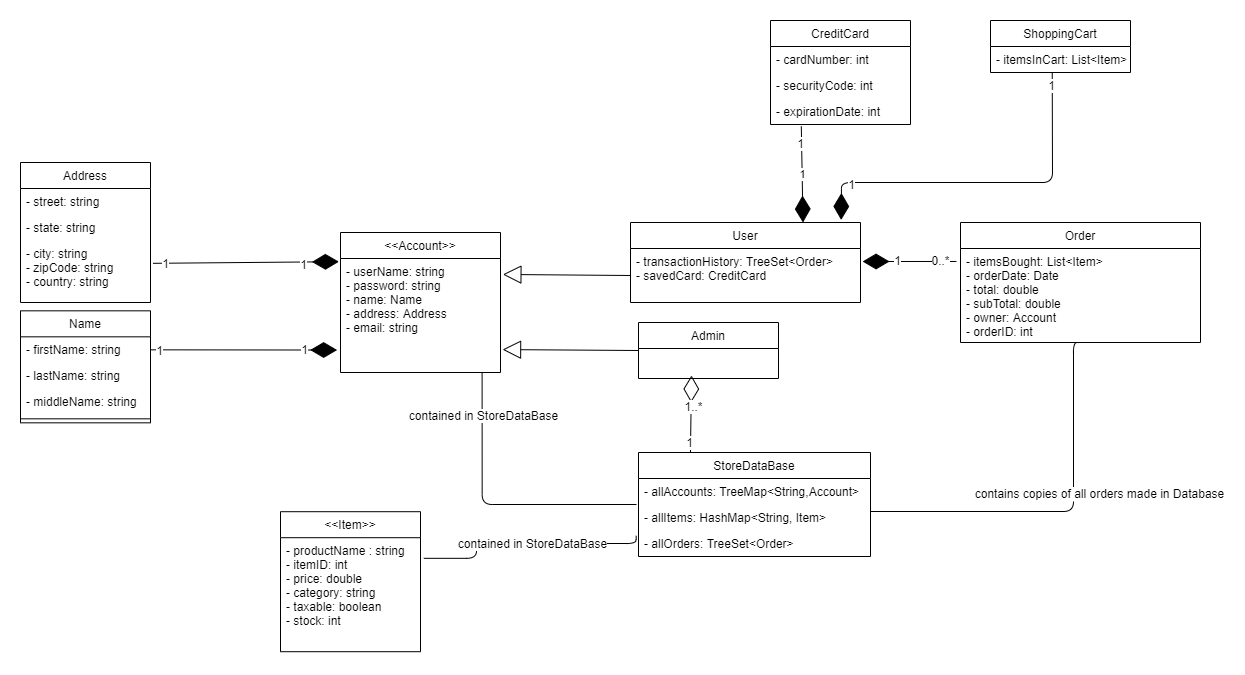
Above: ProjectUMLClassDiagram.png in BahadirKiziltepe/cse248-shopping-cart (draw.io), before the change. Source tidied: cells renumbered, new cells last; positions are measured from the earlier drawing's top-left corner, leaving out a move shared by most shapes.
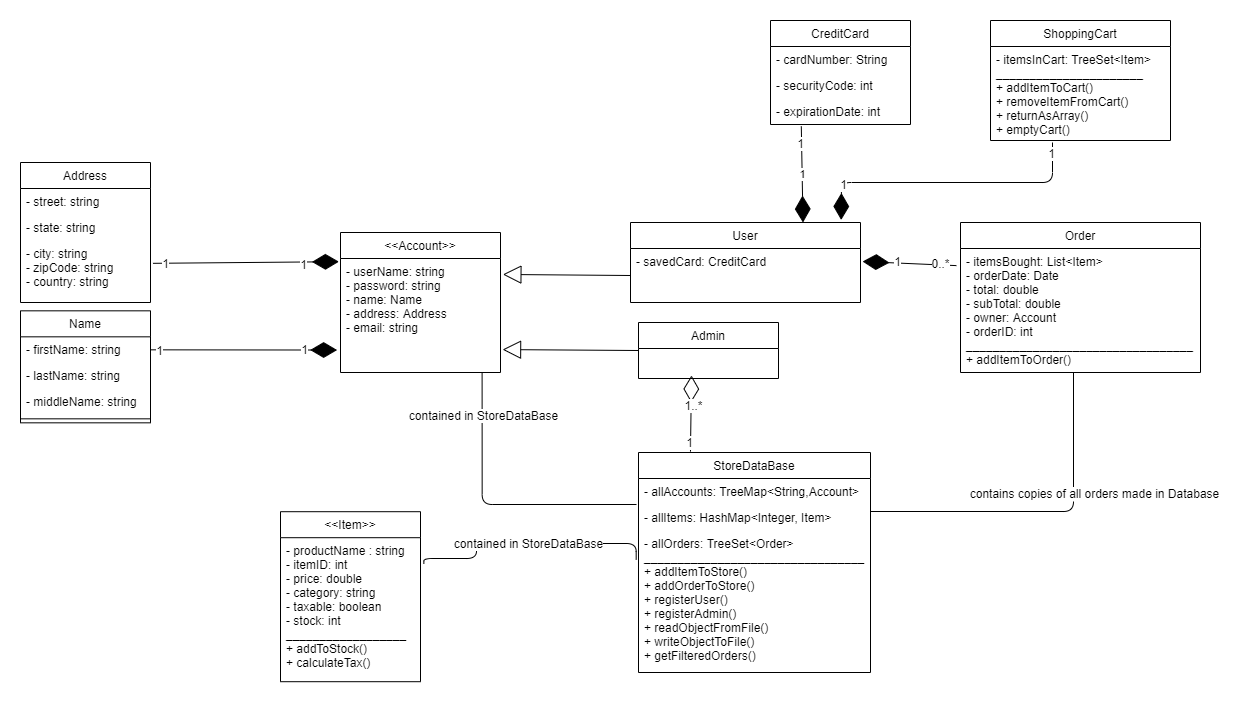
Above is the later version.

Commit message:
updated class diagram

The edit, as a diff of the source:
```diff
@@ -32,7 +32,7 @@
     <mxCell id="11" value="CreditCard" style="swimlane;fontStyle=0;horizontal=1;startSize=26;fillColor=none;" parent="1" vertex="1">
       <mxGeometry x="750" width="140" height="104" as="geometry" />
     </mxCell>
-    <mxCell id="12" value="- cardNumber: int" style="text;strokeColor=none;fillColor=none;align=left;verticalAlign=top;spacingLeft=4;spacingRight=4;overflow=hidden;" parent="11" vertex="1">
+    <mxCell id="12" value="- cardNumber: String" style="text;strokeColor=none;fillColor=none;align=left;verticalAlign=top;spacingLeft=4;spacingRight=4;overflow=hidden;" parent="11" vertex="1">
       <mxGeometry y="26" width="140" height="26" as="geometry" />
     </mxCell>
     <mxCell id="13" value="- securityCode: int" style="text;strokeColor=none;fillColor=none;align=left;verticalAlign=top;spacingLeft=4;spacingRight=4;overflow=hidden;" parent="11" vertex="1">
@@ -42,10 +42,10 @@
       <mxGeometry y="78" width="140" height="26" as="geometry" />
     </mxCell>
     <mxCell id="15" value="Order" style="swimlane;fontStyle=0;horizontal=1;startSize=26;fillColor=none;" parent="1" vertex="1">
-      <mxGeometry x="940" y="202" width="240" height="120" as="geometry" />
+      <mxGeometry x="940" y="202" width="240" height="150" as="geometry" />
     </mxCell>
-    <mxCell id="16" value="- itemsBought: List&lt;Item&gt;&#10;- orderDate: Date&#10;- total: double&#10;- subTotal: double&#10;- owner: Account&#10;- orderID: int" style="text;strokeColor=none;fillColor=none;align=left;verticalAlign=top;spacingLeft=4;spacingRight=4;overflow=hidden;points=[[0,0.5],[1,0.5]];portConstraint=eastwest;" parent="15" vertex="1">
-      <mxGeometry y="26" width="240" height="94" as="geometry" />
+    <mxCell id="16" value="- itemsBought: List&lt;Item&gt;&#10;- orderDate: Date&#10;- total: double&#10;- subTotal: double&#10;- owner: Account&#10;- orderID: int&#10;__________________________________&#10;+ addItemToOrder()&#10;" style="text;strokeColor=none;fillColor=none;align=left;verticalAlign=top;spacingLeft=4;spacingRight=4;overflow=hidden;points=[[0,0.5],[1,0.5]];portConstraint=eastwest;" parent="15" vertex="1">
+      <mxGeometry y="26" width="240" height="124" as="geometry" />
     </mxCell>
     <mxCell id="17" value="&lt;&lt;Account&gt;&gt;" style="swimlane;fontStyle=0;horizontal=1;startSize=26;fillColor=none;" parent="1" vertex="1">
       <mxGeometry x="320" y="212" width="160" height="140" as="geometry" />
@@ -56,29 +56,29 @@
     <mxCell id="19" value="User" style="swimlane;fontStyle=0;horizontal=1;startSize=26;fillColor=none;" parent="1" vertex="1">
       <mxGeometry x="610" y="202" width="230" height="80" as="geometry" />
     </mxCell>
-    <mxCell id="20" value="- transactionHistory: TreeSet&lt;Order&gt;&#10;- savedCard: CreditCard&#10;" style="text;strokeColor=none;fillColor=none;align=left;verticalAlign=top;spacingLeft=4;spacingRight=4;overflow=hidden;points=[[0,0.5],[1,0.5]];portConstraint=eastwest;" parent="19" vertex="1">
+    <mxCell id="20" value="- savedCard: CreditCard&#10;" style="text;strokeColor=none;fillColor=none;align=left;verticalAlign=top;spacingLeft=4;spacingRight=4;overflow=hidden;points=[[0,0.5],[1,0.5]];portConstraint=eastwest;" parent="19" vertex="1">
       <mxGeometry y="26" width="230" height="54" as="geometry" />
     </mxCell>
     <mxCell id="21" value="Admin" style="swimlane;fontStyle=0;horizontal=1;startSize=26;fillColor=none;" parent="1" vertex="1">
       <mxGeometry x="618" y="302" width="140" height="56" as="geometry" />
     </mxCell>
     <mxCell id="22" value="&lt;&lt;Item&gt;&gt;" style="swimlane;fontStyle=0;horizontal=1;startSize=26;fillColor=none;" parent="1" vertex="1">
-      <mxGeometry x="260" y="491.2" width="140" height="140" as="geometry" />
+      <mxGeometry x="260" y="491.2" width="140" height="170" as="geometry" />
     </mxCell>
-    <mxCell id="23" value="- productName : string&#10;- itemID: int&#10;- price: double&#10;- category: string&#10;- taxable: boolean&#10;- stock: int" style="text;strokeColor=none;fillColor=none;align=left;verticalAlign=top;spacingLeft=4;spacingRight=4;overflow=hidden;points=[[0,0.5],[1,0.5]];portConstraint=eastwest;" parent="22" vertex="1">
-      <mxGeometry y="26" width="140" height="114" as="geometry" />
+    <mxCell id="23" value="- productName : string&#10;- itemID: int&#10;- price: double&#10;- category: string&#10;- taxable: boolean&#10;- stock: int&#10;__________________&#10;+ addToStock() &#10;+ calculateTax()" style="text;strokeColor=none;fillColor=none;align=left;verticalAlign=top;spacingLeft=4;spacingRight=4;overflow=hidden;points=[[0,0.5],[1,0.5]];portConstraint=eastwest;" parent="22" vertex="1">
+      <mxGeometry y="26" width="140" height="144" as="geometry" />
     </mxCell>
     <mxCell id="24" value="StoreDataBase" style="swimlane;fontStyle=0;horizontal=1;startSize=26;fillColor=none;" parent="1" vertex="1">
-      <mxGeometry x="618" y="432" width="232" height="104" as="geometry" />
+      <mxGeometry x="618" y="432" width="232" height="220" as="geometry" />
     </mxCell>
     <mxCell id="25" value="- allAccounts: TreeMap&lt;String,Account&gt;" style="text;strokeColor=none;fillColor=none;align=left;verticalAlign=top;spacingLeft=4;spacingRight=4;overflow=hidden;" parent="24" vertex="1">
       <mxGeometry y="26" width="232" height="26" as="geometry" />
     </mxCell>
-    <mxCell id="26" value="- allItems: HashMap&lt;String, Item&gt;" style="text;strokeColor=none;fillColor=none;align=left;verticalAlign=top;spacingLeft=4;spacingRight=4;overflow=hidden;" parent="24" vertex="1">
+    <mxCell id="26" value="- allItems: HashMap&lt;Integer, Item&gt;" style="text;strokeColor=none;fillColor=none;align=left;verticalAlign=top;spacingLeft=4;spacingRight=4;overflow=hidden;" parent="24" vertex="1">
       <mxGeometry y="52" width="232" height="26" as="geometry" />
     </mxCell>
-    <mxCell id="27" value="- allOrders: TreeSet&lt;Order&gt;" style="text;strokeColor=none;fillColor=none;align=left;verticalAlign=top;spacingLeft=4;spacingRight=4;overflow=hidden;points=[[0,0.5],[1,0.5]];portConstraint=eastwest;" parent="24" vertex="1">
-      <mxGeometry y="78" width="232" height="26" as="geometry" />
+    <mxCell id="27" value="- allOrders: TreeSet&lt;Order&gt;&#10;_________________________________&#10;+ addItemToStore()&#10;+ addOrderToStore()&#10;+ registerUser()&#10;+ registerAdmin()&#10;+ readObjectFromFile()&#10;+ writeObjectToFile()&#10;+ getFilteredOrders()" style="text;strokeColor=none;fillColor=none;align=left;verticalAlign=top;spacingLeft=4;spacingRight=4;overflow=hidden;points=[[0,0.5],[1,0.5]];portConstraint=eastwest;" parent="24" vertex="1">
+      <mxGeometry y="78" width="232" height="142" as="geometry" />
     </mxCell>
     <mxCell id="28" style="endArrow=block;endSize=16;endFill=0;html=1;exitX=0;exitY=0.5;exitDx=0;exitDy=0;entryX=1.015;entryY=0.14;entryDx=0;entryDy=0;entryPerimeter=0;" parent="1" edge="1" source="20" target="18">
       <mxGeometry relative="1" as="geometry" />
@@ -171,12 +171,11 @@
         <mxPoint x="72.5" y="-14.8" as="offset" />
       </mxGeometry>
     </mxCell>
-    <mxCell id="52" style="endArrow=none;html=1;edgeStyle=orthogonalEdgeStyle;entryX=0.5;entryY=1;entryDx=0;entryDy=0;" parent="1" edge="1" target="15">
+    <mxCell id="52" style="endArrow=none;html=1;edgeStyle=orthogonalEdgeStyle;" parent="1" edge="1" target="16">
       <mxGeometry relative="1" as="geometry">
         <mxPoint x="850" y="491" as="sourcePoint" />
         <Array as="points">
           <mxPoint x="1053" y="491" />
-          <mxPoint x="1053" y="322" />
         </Array>
       </mxGeometry>
     </mxCell>
@@ -194,13 +193,14 @@
       </mxGeometry>
     </mxCell>
     <mxCell id="56" value="ShoppingCart" style="swimlane;fontStyle=0;horizontal=1;startSize=26;fillColor=none;" parent="1" vertex="1">
-      <mxGeometry x="970" width="140" height="52" as="geometry" />
+      <mxGeometry x="970" width="180" height="120" as="geometry" />
     </mxCell>
-    <mxCell id="57" value="- itemsInCart: List&lt;Item&gt;" style="text;strokeColor=none;fillColor=none;align=left;verticalAlign=top;spacingLeft=4;spacingRight=4;overflow=hidden;points=[[0,0.5],[1,0.5]];portConstraint=eastwest;" parent="56" vertex="1">
-      <mxGeometry y="26" width="140" height="26" as="geometry" />
+    <mxCell id="57" value="- itemsInCart: TreeSet&lt;Item&gt;&#10;______________________&#10;+ addItemToCart()&#10;+ removeItemFromCart()&#10;+ returnAsArray()&#10;+ emptyCart()" style="text;strokeColor=none;fillColor=none;align=left;verticalAlign=top;spacingLeft=4;spacingRight=4;overflow=hidden;points=[[0,0.5],[1,0.5]];portConstraint=eastwest;" parent="56" vertex="1">
+      <mxGeometry y="26" width="180" height="94" as="geometry" />
     </mxCell>
-    <mxCell id="58" style="endArrow=diamondThin;endFill=1;endSize=24;html=1;exitX=0.441;exitY=1.021;exitDx=0;exitDy=0;exitPerimeter=0;entryX=0.916;entryY=-0.032;entryDx=0;entryDy=0;entryPerimeter=0;" parent="1" edge="1" source="57" target="19">
+    <mxCell id="58" style="endArrow=diamondThin;endFill=1;endSize=24;html=1;entryX=0.916;entryY=-0.032;entryDx=0;entryDy=0;entryPerimeter=0;" parent="1" edge="1" target="19">
       <mxGeometry relative="1" as="geometry">
+        <mxPoint x="1032" y="122" as="sourcePoint" />
         <Array as="points">
           <mxPoint x="1032" y="162" />
           <mxPoint x="821" y="162" />
```
